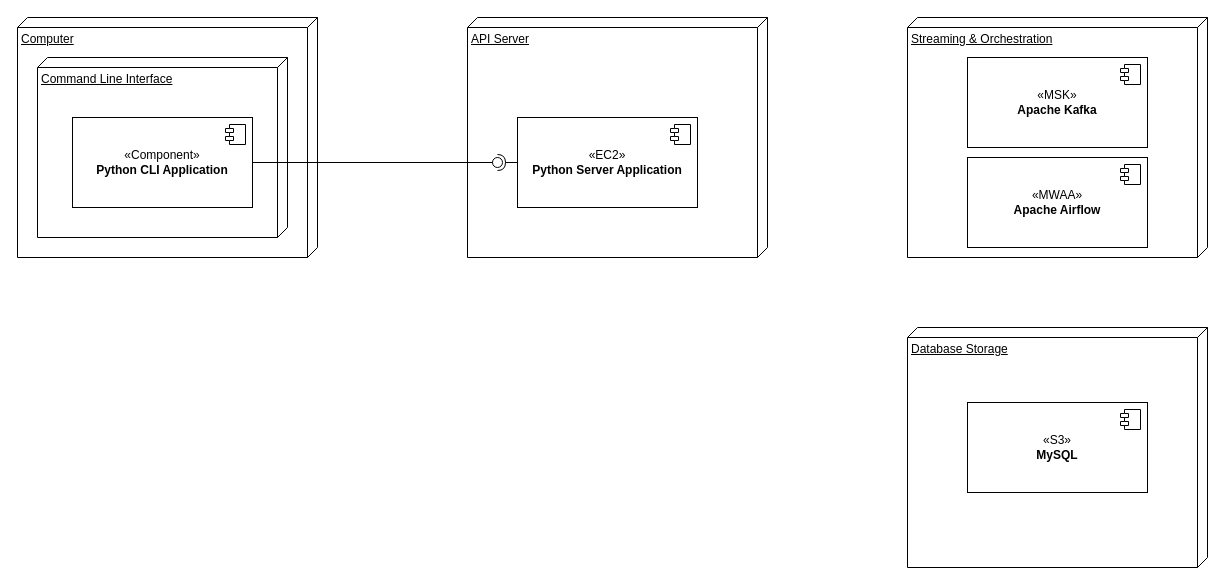
Before: Deployment Diagram.drawio in KaanIsmet/Net-Sentry, a draw.io diagram. Source tidied: cells renumbered, new cells numbered last; positions are measured from the earlier drawing's top-left corner, leaving out a move shared by most shapes. Both pictures are drawn from the tidied source at 100%, with x=0, y=0 at pixel (17, 17).
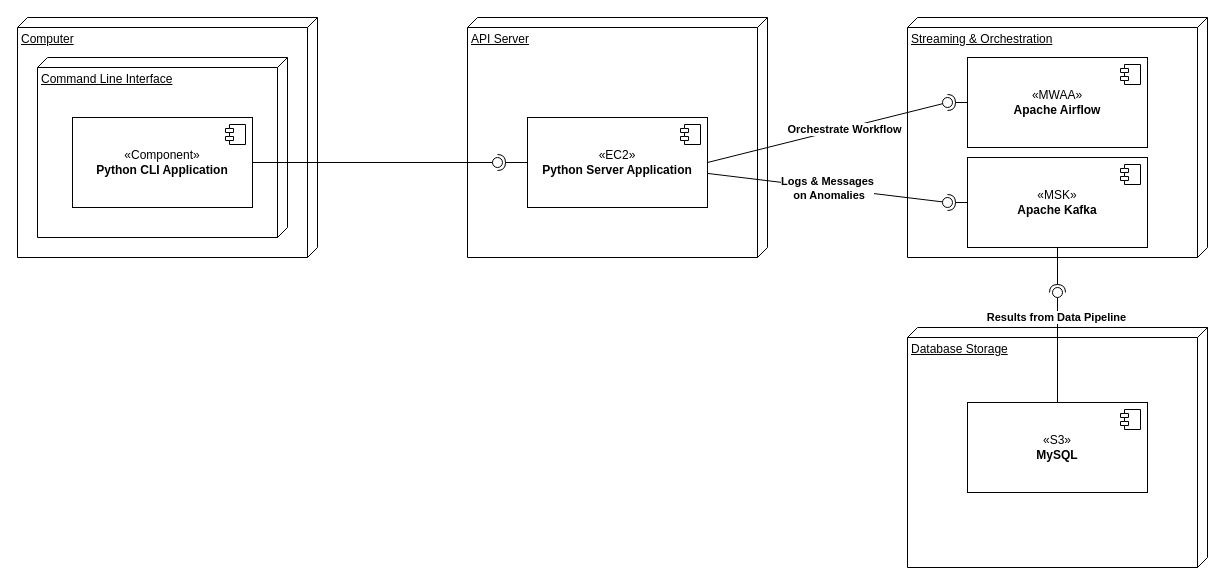
The same diagram, later.

The change refers to these unchanged cells:
```xml
<mxCell id="11" style="ellipse;whiteSpace=wrap;html=1;align=center;fillColor=none;strokeColor=none;perimeter=centerPerimeter;points=[];outlineConnect=1;" parent="1" vertex="1">
  <mxGeometry x="475" y="140" width="10" height="10" as="geometry" />
</mxCell>
<mxCell id="16" value="«S3»&lt;br&gt;&lt;b&gt;MySQL&lt;/b&gt;" style="html=1;whiteSpace=wrap;" parent="1" vertex="1">
  <mxGeometry x="950" y="385" width="180" height="90" as="geometry" />
</mxCell>
```

The edit, as a diff of the source:
```diff
@@
     <mxCell id="7" value="«EC2»&lt;br&gt;&lt;b&gt;Python Server Application&lt;/b&gt;" style="html=1;whiteSpace=wrap;" parent="1" vertex="1">
-      <mxGeometry x="500" y="100" width="180" height="90" as="geometry" />
+      <mxGeometry x="510" y="100" width="180" height="90" as="geometry" />
     </mxCell>
@@
-    <mxCell id="9" style="rounded=0;jettySize=auto;html=1;endArrow=halfCircle;endFill=0;endSize=6;strokeWidth=1;sketch=0;" parent="1" edge="1" target="11">
-      <mxGeometry relative="1" as="geometry">
-        <mxPoint x="500" y="145" as="sourcePoint" />
-      </mxGeometry>
+    <mxCell id="9" style="rounded=0;jettySize=auto;html=1;endArrow=halfCircle;endFill=0;endSize=6;strokeWidth=1;sketch=0;exitX=0;exitY=0.5;exitDx=0;exitDy=0;" parent="1" edge="1" source="7" target="11">
+      <mxGeometry relative="1" as="geometry" />
     </mxCell>
@@
     <mxCell id="14" value="«MSK»&lt;br&gt;&lt;b&gt;Apache Kafka&lt;/b&gt;" style="html=1;whiteSpace=wrap;" parent="1" vertex="1">
-      <mxGeometry x="950" y="40" width="180" height="90" as="geometry" />
+      <mxGeometry x="950" y="140" width="180" height="90" as="geometry" />
     </mxCell>
@@
     <mxCell id="18" value="«MWAA»&lt;br&gt;&lt;b&gt;Apache Airflow&lt;/b&gt;" style="html=1;whiteSpace=wrap;" parent="1" vertex="1">
-      <mxGeometry x="950" y="140" width="180" height="90" as="geometry" />
+      <mxGeometry x="950" y="40" width="180" height="90" as="geometry" />
     </mxCell>
@@
+    <mxCell id="20" style="rounded=0;jettySize=auto;html=1;endArrow=halfCircle;endFill=0;endSize=6;strokeWidth=1;sketch=0;" parent="1" edge="1" target="23">
+      <mxGeometry relative="1" as="geometry">
+        <mxPoint x="950" y="85" as="sourcePoint" />
+      </mxGeometry>
+    </mxCell>
+    <mxCell id="21" style="rounded=0;jettySize=auto;html=1;endArrow=oval;endFill=0;sketch=0;sourcePerimeterSpacing=0;targetPerimeterSpacing=0;endSize=10;exitX=1;exitY=0.5;exitDx=0;exitDy=0;" parent="1" edge="1" source="7" target="23">
+      <mxGeometry relative="1" as="geometry" />
+    </mxCell>
+    <mxCell id="22" value="&lt;b&gt;Orchestrate Workflow&lt;/b&gt;" style="edgeLabel;html=1;align=center;verticalAlign=middle;" parent="21" vertex="1">
+      <mxGeometry x="0.14" y="-1" relative="1" as="geometry">
+        <mxPoint x="-1" as="offset" />
+      </mxGeometry>
+    </mxCell>
+    <mxCell id="23" style="ellipse;whiteSpace=wrap;html=1;align=center;fillColor=none;strokeColor=none;perimeter=centerPerimeter;points=[];outlineConnect=1;" parent="1" vertex="1">
+      <mxGeometry x="925" y="80" width="10" height="10" as="geometry" />
+    </mxCell>
+    <mxCell id="24" style="rounded=0;jettySize=auto;html=1;endArrow=halfCircle;endFill=0;endSize=6;strokeWidth=1;sketch=0;" parent="1" edge="1" target="27">
+      <mxGeometry relative="1" as="geometry">
+        <mxPoint x="950" y="185" as="sourcePoint" />
+      </mxGeometry>
+    </mxCell>
+    <mxCell id="25" style="rounded=0;jettySize=auto;html=1;endArrow=oval;endFill=0;sketch=0;sourcePerimeterSpacing=0;targetPerimeterSpacing=0;endSize=10;" parent="1" edge="1" source="7" target="27">
+      <mxGeometry relative="1" as="geometry" />
+    </mxCell>
+    <mxCell id="26" value="&lt;b&gt;Logs &amp;amp; Messages&lt;/b&gt;&lt;div&gt;&lt;b&gt;&amp;nbsp;on Anomalies&lt;/b&gt;&lt;/div&gt;" style="edgeLabel;html=1;align=center;verticalAlign=middle;" parent="25" vertex="1">
+      <mxGeometry x="-0.01" relative="1" as="geometry" />
+    </mxCell>
+    <mxCell id="27" style="ellipse;whiteSpace=wrap;html=1;align=center;fillColor=none;strokeColor=none;perimeter=centerPerimeter;points=[];outlineConnect=1;" parent="1" vertex="1">
+      <mxGeometry x="925" y="180" width="10" height="10" as="geometry" />
+    </mxCell>
+    <mxCell id="28" style="rounded=0;jettySize=auto;html=1;endArrow=halfCircle;endFill=0;endSize=6;strokeWidth=1;sketch=0;exitX=0.5;exitY=1;exitDx=0;exitDy=0;" parent="1" edge="1" source="14" target="31">
+      <mxGeometry relative="1" as="geometry" />
+    </mxCell>
+    <mxCell id="29" style="rounded=0;jettySize=auto;html=1;endArrow=oval;endFill=0;sketch=0;sourcePerimeterSpacing=0;targetPerimeterSpacing=0;endSize=10;" parent="1" edge="1" source="16" target="31">
+      <mxGeometry relative="1" as="geometry" />
+    </mxCell>
+    <mxCell id="30" value="&lt;b&gt;Results from Data Pipeline&lt;/b&gt;" style="edgeLabel;html=1;align=center;verticalAlign=middle;" parent="29" vertex="1">
+      <mxGeometry x="0.57" y="3" relative="1" as="geometry">
+        <mxPoint x="1" as="offset" />
+      </mxGeometry>
+    </mxCell>
+    <mxCell id="31" style="ellipse;whiteSpace=wrap;html=1;align=center;fillColor=none;strokeColor=none;perimeter=centerPerimeter;points=[];outlineConnect=1;" parent="1" vertex="1">
+      <mxGeometry x="1035" y="270" width="10" height="10" as="geometry" />
+    </mxCell>
```
